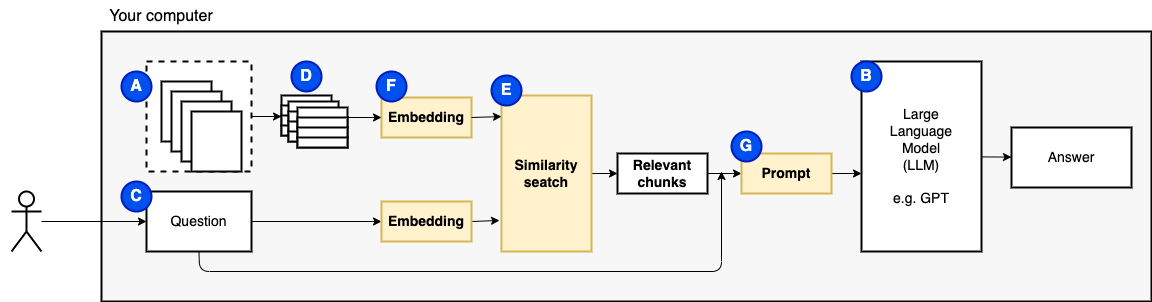
This is pics/solution-part2-similarity search.drawio.png from fau-masters-collected-works-cgarbin/gpt-all-local, a draw.io export, as it was before one commit. Source tidied: cells renumbered, new cells last; positions are measured from the earlier drawing's top-left corner, leaving out a move shared by most shapes. Its diagram source:
```xml
<mxGraphModel>
  <root>
    <mxCell id="0" />
    <mxCell id="1" parent="0" />
    <mxCell id="2" style="rounded=0;whiteSpace=wrap;html=1;strokeWidth=2;fontSize=16;fillColor=#FFFFFF;strokeColor=none;" parent="1" vertex="1">
      <mxGeometry width="600" height="290" as="geometry" />
    </mxCell>
    <mxCell id="3" style="rounded=0;whiteSpace=wrap;html=1;strokeWidth=2;fontSize=16;fillColor=#F7F7F7;" parent="1" vertex="1">
      <mxGeometry x="100" y="30" width="1050" height="270" as="geometry" />
    </mxCell>
    <mxCell id="4" style="edgeStyle=none;html=1;fontSize=14;" parent="1" edge="1" source="5">
      <mxGeometry relative="1" as="geometry">
        <mxPoint x="280" y="115" as="targetPoint" />
      </mxGeometry>
    </mxCell>
    <mxCell id="5" style="rounded=0;whiteSpace=wrap;html=1;dashed=1;strokeWidth=2;" parent="1" vertex="1">
      <mxGeometry x="145" y="60" width="105" height="110" as="geometry" />
    </mxCell>
    <mxCell id="6" value="&lt;meta charset=&quot;utf-8&quot;&gt;&lt;span style=&quot;color: rgba(0, 0, 0, 0); font-family: monospace; font-size: 0px; font-style: normal; font-variant-ligatures: normal; font-variant-caps: normal; font-weight: 400; letter-spacing: normal; orphans: 2; text-align: start; text-indent: 0px; text-transform: none; widows: 2; word-spacing: 0px; -webkit-text-stroke-width: 0px; background-color: rgb(251, 251, 251); text-decoration-thickness: initial; text-decoration-style: initial; text-decoration-color: initial; float: none; display: inline !important;&quot;&gt;&amp;nbsp;&lt;/span&gt;" style="rounded=0;whiteSpace=wrap;html=1;strokeWidth=2;" parent="1" vertex="1">
      <mxGeometry x="160" y="80" width="50" height="60" as="geometry" />
    </mxCell>
    <mxCell id="7" value="&lt;meta charset=&quot;utf-8&quot;&gt;&lt;span style=&quot;color: rgba(0, 0, 0, 0); font-family: monospace; font-size: 0px; font-style: normal; font-variant-ligatures: normal; font-variant-caps: normal; font-weight: 400; letter-spacing: normal; orphans: 2; text-align: start; text-indent: 0px; text-transform: none; widows: 2; word-spacing: 0px; -webkit-text-stroke-width: 0px; background-color: rgb(251, 251, 251); text-decoration-thickness: initial; text-decoration-style: initial; text-decoration-color: initial; float: none; display: inline !important;&quot;&gt;&amp;nbsp;&lt;/span&gt;" style="rounded=0;whiteSpace=wrap;html=1;strokeWidth=2;" parent="1" vertex="1">
      <mxGeometry x="170" y="90" width="50" height="60" as="geometry" />
    </mxCell>
    <mxCell id="8" value="&lt;meta charset=&quot;utf-8&quot;&gt;&lt;span style=&quot;color: rgba(0, 0, 0, 0); font-family: monospace; font-size: 0px; font-style: normal; font-variant-ligatures: normal; font-variant-caps: normal; font-weight: 400; letter-spacing: normal; orphans: 2; text-align: start; text-indent: 0px; text-transform: none; widows: 2; word-spacing: 0px; -webkit-text-stroke-width: 0px; background-color: rgb(251, 251, 251); text-decoration-thickness: initial; text-decoration-style: initial; text-decoration-color: initial; float: none; display: inline !important;&quot;&gt;&amp;nbsp;&lt;/span&gt;" style="rounded=0;whiteSpace=wrap;html=1;strokeWidth=2;" parent="1" vertex="1">
      <mxGeometry x="180" y="100" width="50" height="60" as="geometry" />
    </mxCell>
    <mxCell id="9" style="edgeStyle=none;html=1;fontSize=14;" parent="1" edge="1" source="10" target="12">
      <mxGeometry relative="1" as="geometry" />
    </mxCell>
    <mxCell id="10" style="shape=umlActor;verticalLabelPosition=bottom;verticalAlign=top;html=1;outlineConnect=0;strokeWidth=2;" parent="1" vertex="1">
      <mxGeometry x="10" y="190" width="30" height="60" as="geometry" />
    </mxCell>
    <mxCell id="11" style="edgeStyle=none;html=1;fontSize=14;entryX=0;entryY=0.5;entryDx=0;entryDy=0;" parent="1" edge="1" source="12" target="38">
      <mxGeometry relative="1" as="geometry" />
    </mxCell>
    <mxCell id="12" value="Question" style="rounded=0;whiteSpace=wrap;html=1;strokeWidth=2;fontSize=14;" parent="1" vertex="1">
      <mxGeometry x="145" y="190" width="105" height="60" as="geometry" />
    </mxCell>
    <mxCell id="13" style="edgeStyle=none;html=1;fontSize=14;" parent="1" edge="1" source="14" target="15">
      <mxGeometry relative="1" as="geometry" />
    </mxCell>
    <mxCell id="14" value="Large&lt;br&gt;Language&lt;br&gt;Model&lt;br&gt;(LLM)&lt;br&gt;&lt;br&gt;e.g. GPT" style="rounded=0;whiteSpace=wrap;html=1;strokeWidth=2;fontSize=14;" parent="1" vertex="1">
      <mxGeometry x="860" y="60" width="120" height="190" as="geometry" />
    </mxCell>
    <mxCell id="15" value="Answer" style="rounded=0;whiteSpace=wrap;html=1;strokeWidth=2;fontSize=14;" parent="1" vertex="1">
      <mxGeometry x="1010" y="126" width="120" height="60" as="geometry" />
    </mxCell>
    <mxCell id="16" value="A" style="ellipse;whiteSpace=wrap;html=1;strokeWidth=2;fontSize=16;fontStyle=1;fillColor=#0050ef;fontColor=#ffffff;strokeColor=#001DBC;" parent="1" vertex="1">
      <mxGeometry x="120" y="70" width="30" height="30" as="geometry" />
    </mxCell>
    <mxCell id="17" value="C" style="ellipse;whiteSpace=wrap;html=1;strokeWidth=2;fontSize=16;fontStyle=1;fillColor=#0050ef;fontColor=#ffffff;strokeColor=#001DBC;" parent="1" vertex="1">
      <mxGeometry x="120" y="180" width="30" height="30" as="geometry" />
    </mxCell>
    <mxCell id="18" value="B" style="ellipse;whiteSpace=wrap;html=1;strokeWidth=2;fontSize=16;fontStyle=1;fillColor=#0050ef;fontColor=#ffffff;strokeColor=#001DBC;" parent="1" vertex="1">
      <mxGeometry x="850" y="60" width="30" height="30" as="geometry" />
    </mxCell>
    <mxCell id="19" value="Your computer" style="text;html=1;strokeColor=none;fillColor=none;align=center;verticalAlign=middle;whiteSpace=wrap;rounded=0;strokeWidth=2;fontSize=16;" parent="1" vertex="1">
      <mxGeometry x="100" width="120" height="30" as="geometry" />
    </mxCell>
    <mxCell id="20" style="edgeStyle=none;html=1;fontSize=14;exitX=1;exitY=0.5;exitDx=0;exitDy=0;" parent="1" edge="1">
      <mxGeometry relative="1" as="geometry">
        <mxPoint x="830" y="172" as="sourcePoint" />
        <mxPoint x="860" y="172" as="targetPoint" />
      </mxGeometry>
    </mxCell>
    <mxCell id="21" value="Embedding" style="rounded=0;whiteSpace=wrap;html=1;fontSize=14;strokeWidth=2;fillColor=#fff2cc;strokeColor=#d6b656;fontStyle=1;" parent="1" vertex="1">
      <mxGeometry x="380" y="96" width="90" height="40" as="geometry" />
    </mxCell>
    <mxCell id="22" value="&lt;meta charset=&quot;utf-8&quot;&gt;&lt;span style=&quot;color: rgba(0, 0, 0, 0); font-family: monospace; font-size: 0px; font-style: normal; font-variant-ligatures: normal; font-variant-caps: normal; font-weight: 400; letter-spacing: normal; orphans: 2; text-align: start; text-indent: 0px; text-transform: none; widows: 2; word-spacing: 0px; -webkit-text-stroke-width: 0px; background-color: rgb(251, 251, 251); text-decoration-thickness: initial; text-decoration-style: initial; text-decoration-color: initial; float: none; display: inline !important;&quot;&gt;&amp;nbsp;&lt;/span&gt;" style="rounded=0;whiteSpace=wrap;html=1;strokeWidth=2;" parent="1" vertex="1">
      <mxGeometry x="190" y="110" width="50" height="60" as="geometry" />
    </mxCell>
    <mxCell id="23" style="rounded=0;whiteSpace=wrap;html=1;strokeWidth=2;fontSize=14;" parent="1" vertex="1">
      <mxGeometry x="280" y="94" width="50" height="20" as="geometry" />
    </mxCell>
    <mxCell id="24" style="rounded=0;whiteSpace=wrap;html=1;strokeWidth=2;fontSize=14;" parent="1" vertex="1">
      <mxGeometry x="280" y="104" width="50" height="20" as="geometry" />
    </mxCell>
    <mxCell id="25" style="rounded=0;whiteSpace=wrap;html=1;strokeWidth=2;fontSize=14;" parent="1" vertex="1">
      <mxGeometry x="280" y="114" width="50" height="20" as="geometry" />
    </mxCell>
    <mxCell id="26" style="rounded=0;whiteSpace=wrap;html=1;strokeWidth=2;fontSize=14;" parent="1" vertex="1">
      <mxGeometry x="280" y="124" width="50" height="10" as="geometry" />
    </mxCell>
    <mxCell id="27" style="rounded=0;whiteSpace=wrap;html=1;strokeWidth=2;fontSize=14;" parent="1" vertex="1">
      <mxGeometry x="287" y="100" width="50" height="20" as="geometry" />
    </mxCell>
    <mxCell id="28" style="rounded=0;whiteSpace=wrap;html=1;strokeWidth=2;fontSize=14;" parent="1" vertex="1">
      <mxGeometry x="287" y="110" width="50" height="20" as="geometry" />
    </mxCell>
    <mxCell id="29" style="rounded=0;whiteSpace=wrap;html=1;strokeWidth=2;fontSize=14;" parent="1" vertex="1">
      <mxGeometry x="287" y="120" width="50" height="20" as="geometry" />
    </mxCell>
    <mxCell id="30" style="rounded=0;whiteSpace=wrap;html=1;strokeWidth=2;fontSize=14;" parent="1" vertex="1">
      <mxGeometry x="287" y="130" width="50" height="10" as="geometry" />
    </mxCell>
    <mxCell id="31" style="edgeStyle=none;html=1;" parent="1" edge="1" source="32" target="21">
      <mxGeometry relative="1" as="geometry" />
    </mxCell>
    <mxCell id="32" style="rounded=0;whiteSpace=wrap;html=1;strokeWidth=2;fontSize=14;" parent="1" vertex="1">
      <mxGeometry x="296" y="106" width="50" height="20" as="geometry" />
    </mxCell>
    <mxCell id="33" style="rounded=0;whiteSpace=wrap;html=1;strokeWidth=2;fontSize=14;" parent="1" vertex="1">
      <mxGeometry x="296" y="116" width="50" height="20" as="geometry" />
    </mxCell>
    <mxCell id="34" style="rounded=0;whiteSpace=wrap;html=1;strokeWidth=2;fontSize=14;" parent="1" vertex="1">
      <mxGeometry x="296" y="126" width="50" height="20" as="geometry" />
    </mxCell>
    <mxCell id="35" style="rounded=0;whiteSpace=wrap;html=1;strokeWidth=2;fontSize=14;" parent="1" vertex="1">
      <mxGeometry x="296" y="136" width="50" height="10" as="geometry" />
    </mxCell>
    <mxCell id="36" value="D" style="ellipse;whiteSpace=wrap;html=1;strokeWidth=2;fontSize=16;fontStyle=1;fillColor=#0050ef;fontColor=#ffffff;strokeColor=#001DBC;" parent="1" vertex="1">
      <mxGeometry x="290" y="60" width="30" height="30" as="geometry" />
    </mxCell>
    <mxCell id="37" style="edgeStyle=none;html=1;exitX=1;exitY=0.5;exitDx=0;exitDy=0;entryX=-0.022;entryY=0.801;entryDx=0;entryDy=0;entryPerimeter=0;" parent="1" edge="1" source="38" target="40">
      <mxGeometry relative="1" as="geometry" />
    </mxCell>
    <mxCell id="38" value="Embedding" style="rounded=0;whiteSpace=wrap;html=1;fontSize=14;strokeWidth=2;fillColor=#fff2cc;strokeColor=#d6b656;fontStyle=1;" parent="1" vertex="1">
      <mxGeometry x="380" y="200" width="90" height="40" as="geometry" />
    </mxCell>
    <mxCell id="39" style="edgeStyle=none;html=1;" parent="1" edge="1" source="40" target="42">
      <mxGeometry relative="1" as="geometry" />
    </mxCell>
    <mxCell id="40" value="Similarity seatch" style="rounded=0;whiteSpace=wrap;html=1;fontSize=14;strokeWidth=2;fillColor=#fff2cc;strokeColor=#d6b656;fontStyle=1;" parent="1" vertex="1">
      <mxGeometry x="500" y="94" width="90" height="156" as="geometry" />
    </mxCell>
    <mxCell id="41" style="edgeStyle=none;html=1;" parent="1" edge="1" source="42" target="46">
      <mxGeometry relative="1" as="geometry" />
    </mxCell>
    <mxCell id="42" value="Relevant chunks" style="rounded=0;whiteSpace=wrap;html=1;fontSize=14;strokeWidth=2;fontStyle=1;" parent="1" vertex="1">
      <mxGeometry x="616" y="152" width="90" height="40" as="geometry" />
    </mxCell>
    <mxCell id="43" value="E" style="ellipse;whiteSpace=wrap;html=1;strokeWidth=2;fontSize=16;fontStyle=1;fillColor=#0050ef;fontColor=#ffffff;strokeColor=#001DBC;" parent="1" vertex="1">
      <mxGeometry x="490" y="74" width="30" height="30" as="geometry" />
    </mxCell>
    <mxCell id="44" value="F" style="ellipse;whiteSpace=wrap;html=1;strokeWidth=2;fontSize=16;fontStyle=1;fillColor=#0050ef;fontColor=#ffffff;strokeColor=#001DBC;" parent="1" vertex="1">
      <mxGeometry x="375" y="70" width="30" height="30" as="geometry" />
    </mxCell>
    <mxCell id="45" style="edgeStyle=none;html=1;exitX=1;exitY=0.5;exitDx=0;exitDy=0;entryX=0;entryY=0.135;entryDx=0;entryDy=0;entryPerimeter=0;" parent="1" edge="1" source="21" target="40">
      <mxGeometry relative="1" as="geometry" />
    </mxCell>
    <mxCell id="46" value="Prompt" style="rounded=0;whiteSpace=wrap;html=1;fontSize=14;strokeWidth=2;fontStyle=1;fillColor=#fff2cc;strokeColor=#d6b656;" parent="1" vertex="1">
      <mxGeometry x="740" y="152" width="90" height="40" as="geometry" />
    </mxCell>
    <mxCell id="47" style="edgeStyle=none;html=1;fontSize=14;exitX=0.5;exitY=1;exitDx=0;exitDy=0;" parent="1" edge="1" source="12">
      <mxGeometry relative="1" as="geometry">
        <mxPoint x="720" y="170" as="targetPoint" />
        <Array as="points">
          <mxPoint x="198" y="270" />
          <mxPoint x="720" y="270" />
        </Array>
      </mxGeometry>
    </mxCell>
    <mxCell id="48" value="G" style="ellipse;whiteSpace=wrap;html=1;strokeWidth=2;fontSize=16;fontStyle=1;fillColor=#0050ef;fontColor=#ffffff;strokeColor=#001DBC;" parent="1" vertex="1">
      <mxGeometry x="730" y="130" width="30" height="30" as="geometry" />
    </mxCell>
  </root>
</mxGraphModel>
```
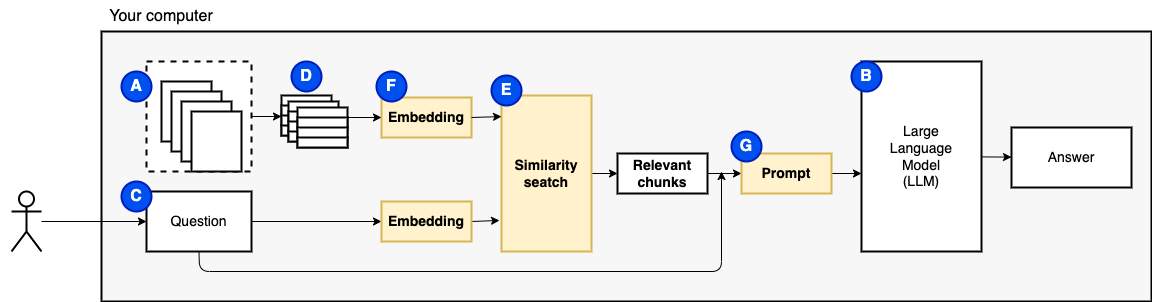
The same file after the commit.

Change to the diagram source:
```diff
@@ -40,7 +40,7 @@
     <mxCell id="13" style="edgeStyle=none;html=1;fontSize=14;" parent="1" edge="1" source="14" target="15">
       <mxGeometry relative="1" as="geometry" />
     </mxCell>
-    <mxCell id="14" value="Large&lt;br&gt;Language&lt;br&gt;Model&lt;br&gt;(LLM)&lt;br&gt;&lt;br&gt;e.g. GPT" style="rounded=0;whiteSpace=wrap;html=1;strokeWidth=2;fontSize=14;" parent="1" vertex="1">
+    <mxCell id="14" value="Large&lt;br&gt;Language&lt;br&gt;Model&lt;br&gt;(LLM)" style="rounded=0;whiteSpace=wrap;html=1;strokeWidth=2;fontSize=14;" parent="1" vertex="1">
       <mxGeometry x="860" y="60" width="120" height="190" as="geometry" />
     </mxCell>
     <mxCell id="15" value="Answer" style="rounded=0;whiteSpace=wrap;html=1;strokeWidth=2;fontSize=14;" parent="1" vertex="1">
```
